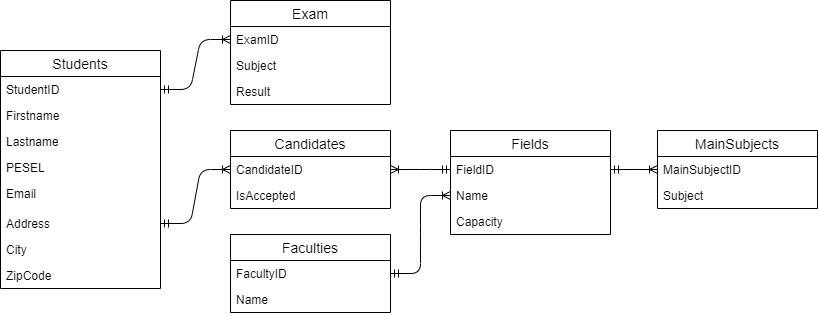
This is diagram.png from szarbartosz/e-recruitment, a draw.io export, as it was before one commit. Source tidied: cells renumbered, new cells last; positions are measured from the earlier drawing's top-left corner, leaving out a move shared by most shapes.
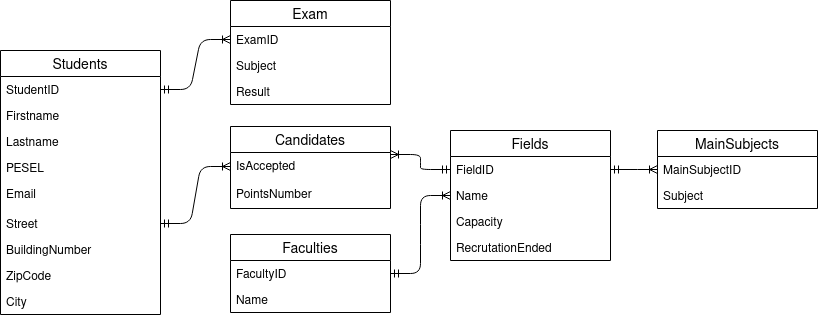
The same diagram one commit later.

Change to the diagram source:
```diff
@@ -5,7 +5,7 @@
     <mxCell id="2" style="edgeStyle=entityRelationEdgeStyle;fontSize=12;html=1;endArrow=ERoneToMany;startArrow=ERmandOne;entryX=0;entryY=0.5;entryDx=0;entryDy=0;exitX=1;exitY=0.5;exitDx=0;exitDy=0;" parent="1" edge="1" source="24" target="10">
       <mxGeometry relative="1" as="geometry" />
     </mxCell>
-    <mxCell id="3" style="edgeStyle=entityRelationEdgeStyle;fontSize=12;html=1;endArrow=ERoneToMany;startArrow=ERmandOne;entryX=0;entryY=0.5;entryDx=0;entryDy=0;exitX=1;exitY=0.5;exitDx=0;exitDy=0;" parent="1" edge="1" source="29" target="7">
+    <mxCell id="3" style="edgeStyle=entityRelationEdgeStyle;fontSize=12;html=1;endArrow=ERoneToMany;startArrow=ERmandOne;entryX=0;entryY=0.5;entryDx=0;entryDy=0;exitX=1;exitY=0.5;exitDx=0;exitDy=0;" parent="1" edge="1" source="29" target="8">
       <mxGeometry relative="1" as="geometry" />
     </mxCell>
     <mxCell id="4" style="edgeStyle=entityRelationEdgeStyle;fontSize=12;html=1;endArrow=ERoneToMany;startArrow=ERmandOne;exitX=1;exitY=0.5;exitDx=0;exitDy=0;entryX=0;entryY=0.5;entryDx=0;entryDy=0;" parent="1" edge="1" source="14" target="18">
@@ -14,15 +14,6 @@
     <mxCell id="5" style="edgeStyle=entityRelationEdgeStyle;fontSize=12;html=1;endArrow=ERoneToMany;startArrow=ERmandOne;exitX=1;exitY=0.5;exitDx=0;exitDy=0;entryX=0;entryY=0.5;entryDx=0;entryDy=0;" parent="1" edge="1" source="17" target="21">
       <mxGeometry relative="1" as="geometry" />
     </mxCell>
-    <mxCell id="6" value="Candidates" style="swimlane;fontStyle=0;horizontal=1;startSize=26;align=center;fontSize=14;" parent="1" vertex="1">
-      <mxGeometry x="230" y="130" width="160" height="78" as="geometry" />
-    </mxCell>
-    <mxCell id="7" value="CandidateID" style="text;strokeColor=none;fillColor=none;spacingLeft=4;spacingRight=4;overflow=hidden;points=[[0,0.5],[1,0.5]];portConstraint=eastwest;fontSize=12;" parent="6" vertex="1">
-      <mxGeometry y="26" width="160" height="26" as="geometry" />
-    </mxCell>
-    <mxCell id="8" value="IsAccepted" style="text;strokeColor=none;fillColor=none;spacingLeft=4;spacingRight=4;overflow=hidden;points=[[0,0.5],[1,0.5]];portConstraint=eastwest;fontSize=12;" parent="6" vertex="1">
-      <mxGeometry y="52" width="160" height="26" as="geometry" />
-    </mxCell>
     <mxCell id="9" value="Exam" style="swimlane;fontStyle=0;horizontal=1;startSize=26;align=center;fontSize=14;" parent="1" vertex="1">
       <mxGeometry x="230" width="160" height="104" as="geometry" />
     </mxCell>
@@ -45,7 +36,7 @@
       <mxGeometry y="52" width="160" height="26" as="geometry" />
     </mxCell>
     <mxCell id="16" value="Fields" style="swimlane;fontStyle=0;horizontal=1;startSize=26;align=center;fontSize=14;" parent="1" vertex="1">
-      <mxGeometry x="450" y="130" width="160" height="104" as="geometry" />
+      <mxGeometry x="450" y="130" width="160" height="130" as="geometry" />
     </mxCell>
     <mxCell id="17" value="FieldID" style="text;strokeColor=none;fillColor=none;spacingLeft=4;spacingRight=4;overflow=hidden;points=[[0,0.5],[1,0.5]];portConstraint=eastwest;fontSize=12;" parent="16" vertex="1">
       <mxGeometry y="26" width="160" height="26" as="geometry" />
@@ -56,6 +47,9 @@
     <mxCell id="19" value="Capacity" style="text;strokeColor=none;fillColor=none;spacingLeft=4;spacingRight=4;overflow=hidden;fontSize=12;" parent="16" vertex="1">
       <mxGeometry y="78" width="160" height="26" as="geometry" />
     </mxCell>
+    <mxCell id="33" value="RecrutationEnded" style="text;strokeColor=none;fillColor=none;spacingLeft=4;spacingRight=4;overflow=hidden;fontSize=12;" parent="16" vertex="1">
+      <mxGeometry y="104" width="160" height="26" as="geometry" />
+    </mxCell>
     <mxCell id="20" value="MainSubjects" style="swimlane;fontStyle=0;horizontal=1;startSize=26;align=center;fontSize=14;" parent="1" vertex="1">
       <mxGeometry x="657" y="130" width="160" height="78" as="geometry" />
     </mxCell>
@@ -66,7 +60,7 @@
       <mxGeometry y="52" width="160" height="26" as="geometry" />
     </mxCell>
     <mxCell id="23" value="Students" style="swimlane;fontStyle=0;horizontal=1;startSize=26;align=center;fontSize=14;" parent="1" vertex="1">
-      <mxGeometry y="50" width="160" height="238" as="geometry" />
+      <mxGeometry y="50" width="160" height="264" as="geometry" />
     </mxCell>
     <mxCell id="24" value="StudentID" style="text;strokeColor=none;fillColor=none;spacingLeft=4;spacingRight=4;overflow=hidden;points=[[0,0.5],[1,0.5]];portConstraint=eastwest;fontSize=12;" parent="23" vertex="1">
       <mxGeometry y="26" width="160" height="26" as="geometry" />
@@ -83,17 +77,31 @@
     <mxCell id="28" value="Email" style="text;strokeColor=none;fillColor=none;spacingLeft=4;spacingRight=4;overflow=hidden;fontSize=12;" parent="23" vertex="1">
       <mxGeometry y="130" width="160" height="30" as="geometry" />
     </mxCell>
-    <mxCell id="29" value="Address&#10;" style="text;strokeColor=none;fillColor=none;spacingLeft=4;spacingRight=4;overflow=hidden;points=[[0,0.5],[1,0.5]];portConstraint=eastwest;fontSize=12;" parent="23" vertex="1">
+    <mxCell id="29" value="Street" style="text;strokeColor=none;fillColor=none;spacingLeft=4;spacingRight=4;overflow=hidden;points=[[0,0.5],[1,0.5]];portConstraint=eastwest;fontSize=12;" parent="23" vertex="1">
       <mxGeometry y="160" width="160" height="26" as="geometry" />
     </mxCell>
-    <mxCell id="30" value="City" style="text;strokeColor=none;fillColor=none;spacingLeft=4;spacingRight=4;overflow=hidden;fontSize=12;" parent="23" vertex="1">
+    <mxCell id="30" value="BuildingNumber" style="text;strokeColor=none;fillColor=none;spacingLeft=4;spacingRight=4;overflow=hidden;fontSize=12;" parent="23" vertex="1">
       <mxGeometry y="186" width="160" height="26" as="geometry" />
     </mxCell>
+    <mxCell id="34" value="ZipCode" style="text;strokeColor=none;fillColor=none;spacingLeft=4;spacingRight=4;overflow=hidden;fontSize=12;" parent="23" vertex="1">
+      <mxGeometry y="212" width="160" height="26" as="geometry" />
+    </mxCell>
-    <mxCell id="31" value="ZipCode" style="text;strokeColor=none;fillColor=none;spacingLeft=4;spacingRight=4;overflow=hidden;fontSize=12;" parent="23" vertex="1">
-      <mxGeometry y="212" width="160" height="26" as="geometry" />
+    <mxCell id="31" value="City" style="text;strokeColor=none;fillColor=none;spacingLeft=4;spacingRight=4;overflow=hidden;fontSize=12;" parent="23" vertex="1">
+      <mxGeometry y="238" width="160" height="26" as="geometry" />
     </mxCell>
-    <mxCell id="32" style="edgeStyle=entityRelationEdgeStyle;fontSize=12;html=1;endArrow=ERmandOne;startArrow=ERoneToMany;startFill=0;endFill=0;entryX=0;entryY=0.5;entryDx=0;entryDy=0;exitX=1;exitY=0.5;exitDx=0;exitDy=0;" parent="1" edge="1" source="7" target="17">
-      <mxGeometry relative="1" as="geometry" />
+    <mxCell id="32" style="edgeStyle=entityRelationEdgeStyle;fontSize=12;html=1;endArrow=ERmandOne;startArrow=ERoneToMany;startFill=0;endFill=0;entryX=0;entryY=0.5;entryDx=0;entryDy=0;exitX=1;exitY=0.5;exitDx=0;exitDy=0;" parent="1" edge="1" target="17">
+      <mxGeometry relative="1" as="geometry">
+        <mxPoint x="390" y="154" as="sourcePoint" />
+      </mxGeometry>
     </mxCell>
+    <mxCell id="6" value="Candidates" style="swimlane;fontStyle=0;horizontal=1;startSize=26;align=center;fontSize=14;" parent="1" vertex="1">
+      <mxGeometry x="230" y="126" width="160" height="82" as="geometry" />
+    </mxCell>
+    <mxCell id="8" value="IsAccepted" style="text;strokeColor=none;fillColor=none;spacingLeft=4;spacingRight=4;overflow=hidden;points=[[0,0.5],[1,0.5]];portConstraint=eastwest;fontSize=12;" parent="6" vertex="1">
+      <mxGeometry y="26" width="160" height="28" as="geometry" />
+    </mxCell>
+    <mxCell id="35" value="PointsNumber" style="text;strokeColor=none;fillColor=none;spacingLeft=4;spacingRight=4;overflow=hidden;fontSize=12;" parent="6" vertex="1">
+      <mxGeometry y="54" width="160" height="28" as="geometry" />
+    </mxCell>
   </root>
 </mxGraphModel>
```
